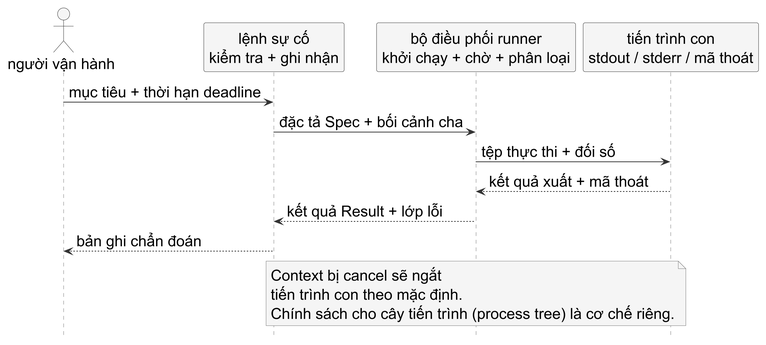
The PlantUML diagram assets/diagrams/incident-command-lifecycle.png in Minhlike/Golang, before a commit.
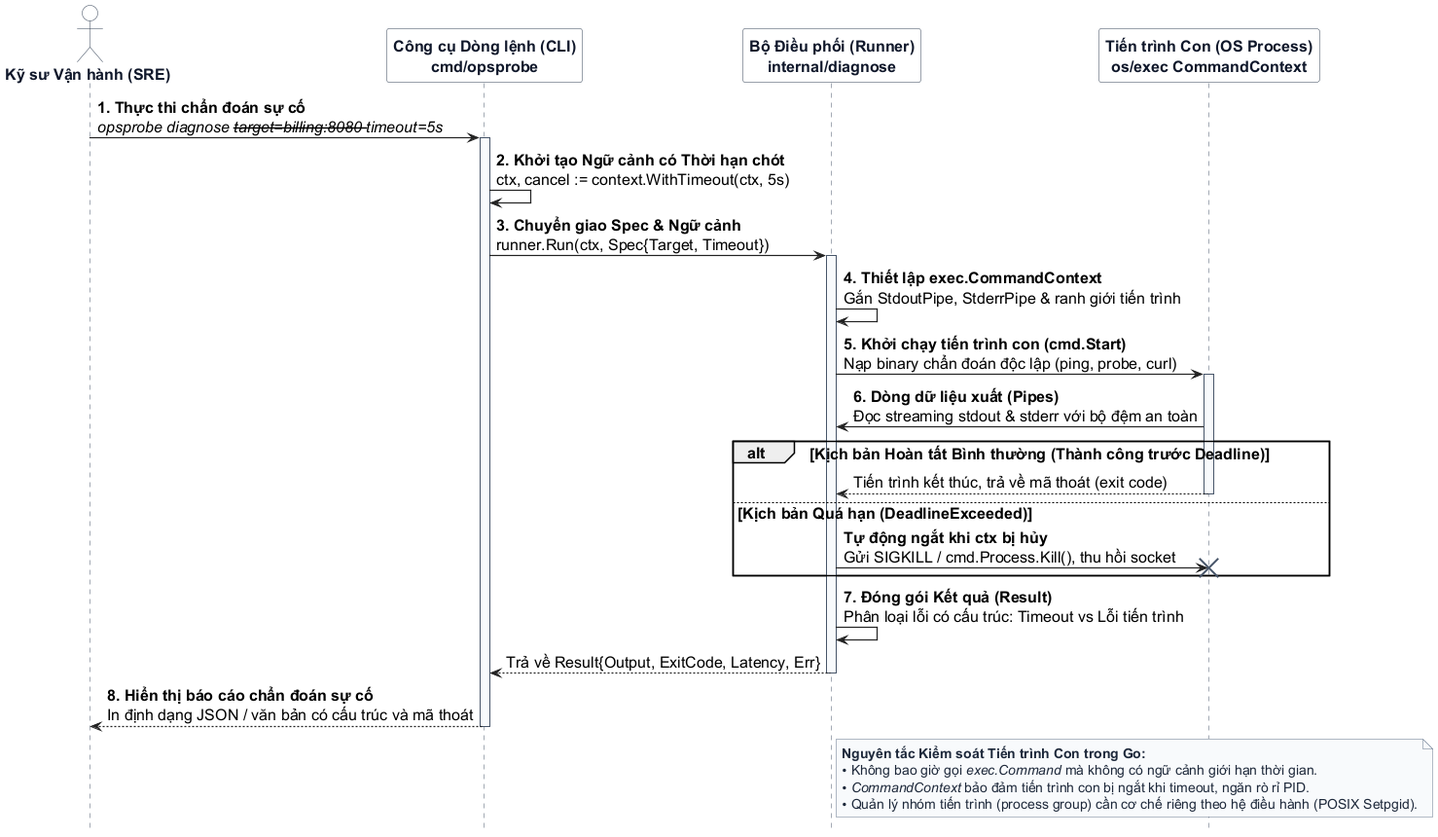
After the change.

Change to the diagram source:
```diff
@@ -1,42 +1,74 @@
 @startuml
-skinparamlocked dpi 300
 skinparam backgroundColor #FFFFFF
+skinparam defaultFontName "Source Sans 3"
+skinparam defaultFontSize 16
 skinparam shadowing false
-skinparam note {
-  BackgroundColor #F5F5F5
-  BorderColor #777777
-  FontColor #000000
-}
-skinparam defaultFontName "Source Sans 3"
-skinparam defaultFontSize 20
-skinparam arrowColor #333333
+skinparam arrowColor #222222
+skinparam arrowThickness 1.2
 hide footbox
+
 skinparam sequence {
-  ActorBackgroundColor #F5F5F5
-  ActorBorderColor #333333
-  ActorFontColor #000000
-  ParticipantBackgroundColor #F5F5F5
-  ParticipantBorderColor #333333
-  ParticipantFontColor #000000
-  LifeLineBorderColor #777777
-  LifeLineBackgroundColor #FFFFFF
+  ActorBackgroundColor #FFFFFF
+  ActorBorderColor #334155
+  ActorFontColor #0F172A
+  ActorFontStyle bold
+
+  ParticipantBackgroundColor #FFFFFF
+  ParticipantBorderColor #334155
+  ParticipantFontColor #0F172A
+  ParticipantFontStyle bold
+
+  LifeLineBorderColor #475569
+  LifeLineBackgroundColor #F8FAFC
 }
 
-actor "người vận hành" as operator
-participant "lệnh sự cố\nkiểm tra + ghi nhận" as command
-participant "bộ điều phối runner\nkhởi chạy + chờ + phân loại" as runner
-participant "tiến trình con\nstdout / stderr / mã thoát" as child
+skinparam note {
+  BackgroundColor #F8FAFC
+  BorderColor #64748B
+  FontColor #1E293B
+  FontSize 14
+}
 
-operator -> command : mục tiêu + thời hạn deadline
-command -> runner : đặc tả Spec + bối cảnh cha
-runner -> child : tệp thực thi + đối số
-child --> runner : kết quả xuất + mã thoát
-runner --> command : kết quả Result + lớp lỗi
-command --> operator : bản ghi chẩn đoán
+actor "Kỹ sư Vận hành (SRE)" as operator
+participant "Công cụ Dòng lệnh (CLI)\ncmd/opsprobe" as cli
+participant "Bộ Điều phối (Runner)\ninternal/diagnose" as runner
+participant "Tiến trình Con (OS Process)\nos/exec CommandContext" as child
 
-note over runner
-  Context bị cancel sẽ ngắt
-  tiến trình con theo mặc định.
-  Chính sách cho cây tiến trình (process tree) là cơ chế riêng.
+operator -> cli : <b>1. Thực thi chẩn đoán sự cố</b>\n<i>opsprobe diagnose --target=billing:8080 --timeout=5s</i>
+activate cli
+
+cli -> cli : <b>2. Khởi tạo Ngữ cảnh có Thời hạn chót</b>\nctx, cancel := context.WithTimeout(ctx, 5s)
+
+cli -> runner : <b>3. Chuyển giao Spec & Ngữ cảnh</b>\nrunner.Run(ctx, Spec{Target, Timeout})
+activate runner
+
+runner -> runner : <b>4. Thiết lập exec.CommandContext</b>\nGắn StdoutPipe, StderrPipe & ranh giới tiến trình
+
+runner -> child : <b>5. Khởi chạy tiến trình con (cmd.Start)</b>\nNạp binary chẩn đoán độc lập (ping, probe, curl)
+activate child
+
+child -> runner : <b>6. Dòng dữ liệu xuất (Pipes)</b>\nĐọc streaming stdout & stderr với bộ đệm an toàn
+
+alt Kịch bản Hoàn tất Bình thường (Thành công trước Deadline)
+  child --> runner : Tiến trình kết thúc, trả về mã thoát (exit code)
+  deactivate child
+else Kịch bản Quá hạn (DeadlineExceeded)
+  runner -> child : <b>Tự động ngắt khi ctx bị hủy</b>\nGửi SIGKILL / cmd.Process.Kill(), thu hồi socket
+  destroy child
+end
+
+runner -> runner : <b>7. Đóng gói Kết quả (Result)</b>\nPhân loại lỗi có cấu trúc: Timeout vs Lỗi tiến trình
+
+runner --> cli : Trả về Result{Output, ExitCode, Latency, Err}
+deactivate runner
+
+cli --> operator : <b>8. Hiển thị báo cáo chẩn đoán sự cố</b>\nIn định dạng JSON / văn bản có cấu trúc và mã thoát
+deactivate cli
+
+note right of runner
+  <b>Nguyên tắc Kiểm soát Tiến trình Con trong Go:</b>
+  • Không bao giờ gọi <i>exec.Command</i> mà không có ngữ cảnh giới hạn thời gian.
+  • <i>CommandContext</i> bảo đảm tiến trình con bị ngắt khi timeout, ngăn rò rỉ PID.
+  • Quản lý nhóm tiến trình (process group) cần cơ chế riêng theo hệ điều hành (POSIX Setpgid).
 end note
 @enduml
```
